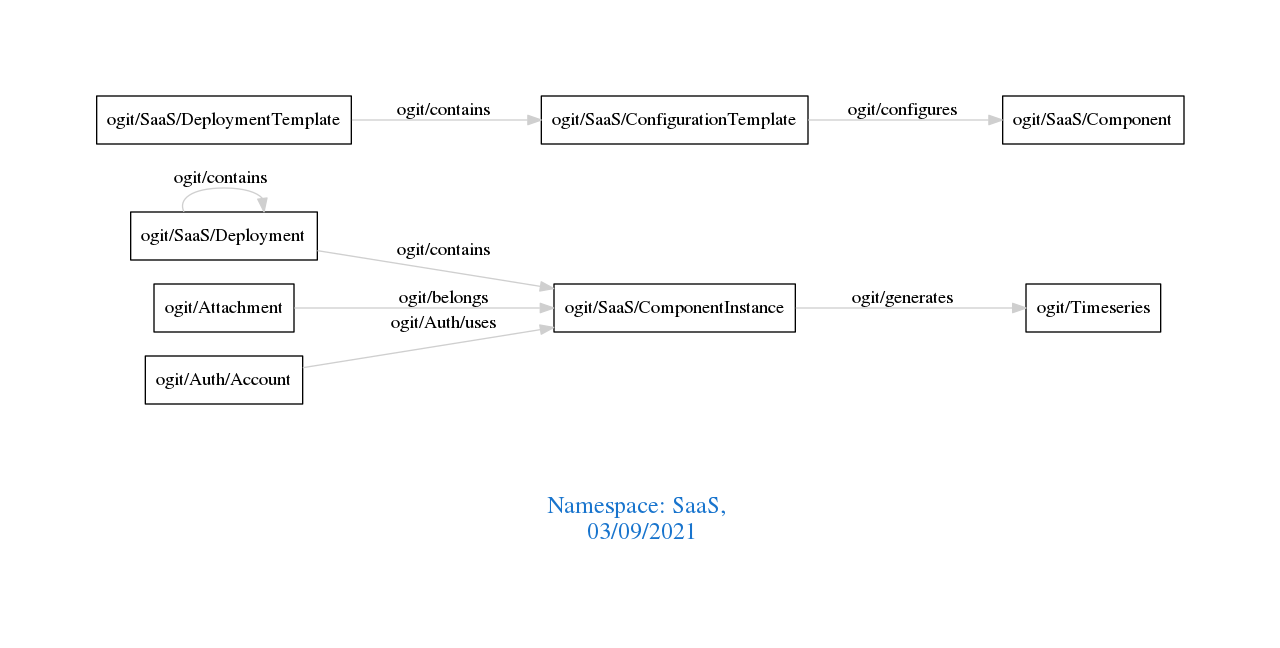
Above: downloads/SaaS.png in arago/OGIT (Graphviz), before the change. Its source is kept beside it as downloads/SaaS.dot.
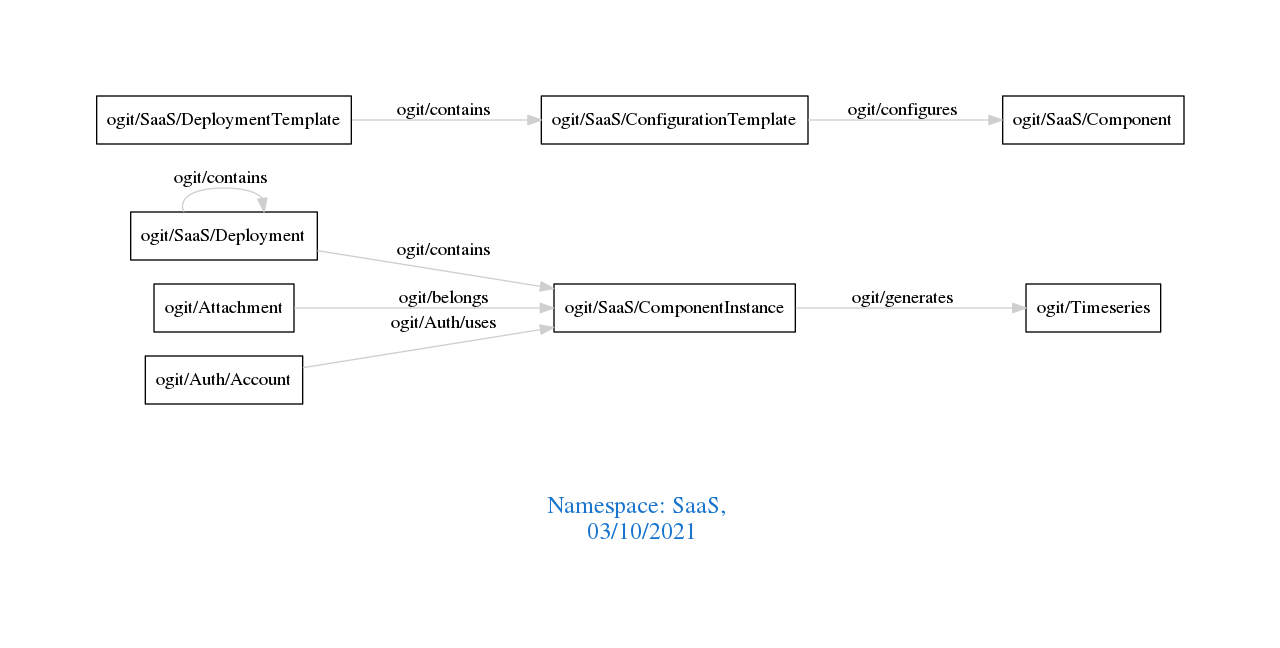
Above is the later version.

What changed in the source:
```diff
@@ -1,7 +1,7 @@
 digraph OGIT_ontology {
  graph [ rankdir= LR,pad=1
 fontsize = 18,
-fontcolor= dodgerblue3,label = "\n\n\nNamespace: SaaS, \n 03/09/2021"];
+fontcolor= dodgerblue3,label = "\n\n\nNamespace: SaaS, \n 03/10/2021"];
 node[shape=polygon];
 edge [  color="gray81"];
 
```
